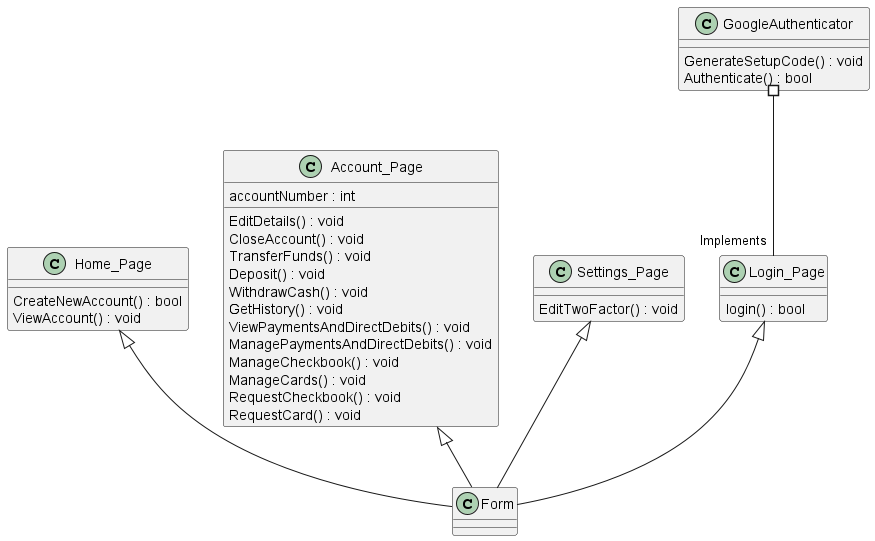
MFSeng/ASE_Assessment keeps this PlantUML diagram as Diagrams/Class Diagrams/old class diagram.png. Above is the earlier version.
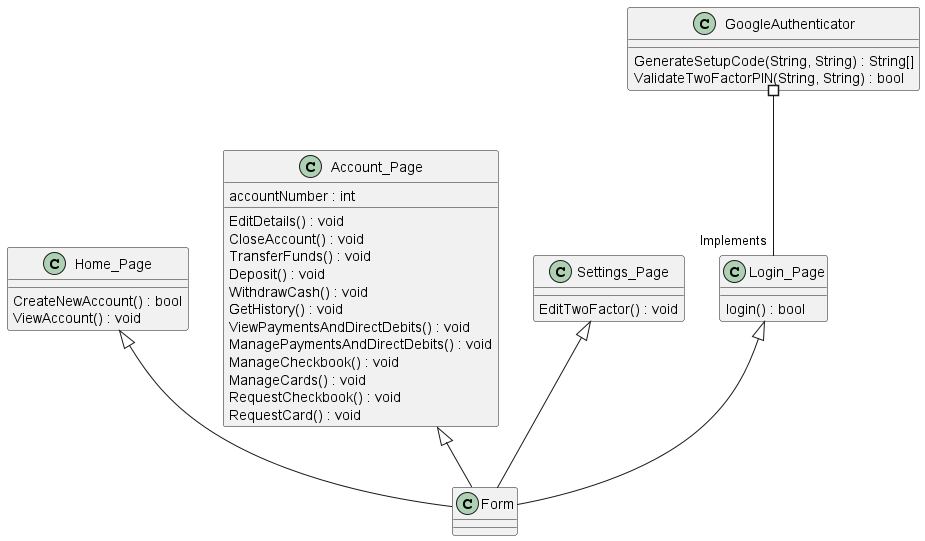
The same file after the commit.

Diff of the diagram source:
```diff
@@ -12,13 +12,12 @@
 }
 
 class GoogleAuthenticator{
-	GenerateSetupCode() : void
-	Authenticate() : bool
+	GenerateSetupCode(String, String) : String[]
+	ValidateTwoFactorPIN(String, String) : bool
 }
 
 class Settings_Page {
 	EditTwoFactor() : void
-
 }
 class Home_Page {
 	CreateNewAccount() : bool
@@ -38,6 +37,5 @@
 	ManageCards() : void
 	RequestCheckbook() : void
 	RequestCard() : void
-
 }
 @enduml
```
